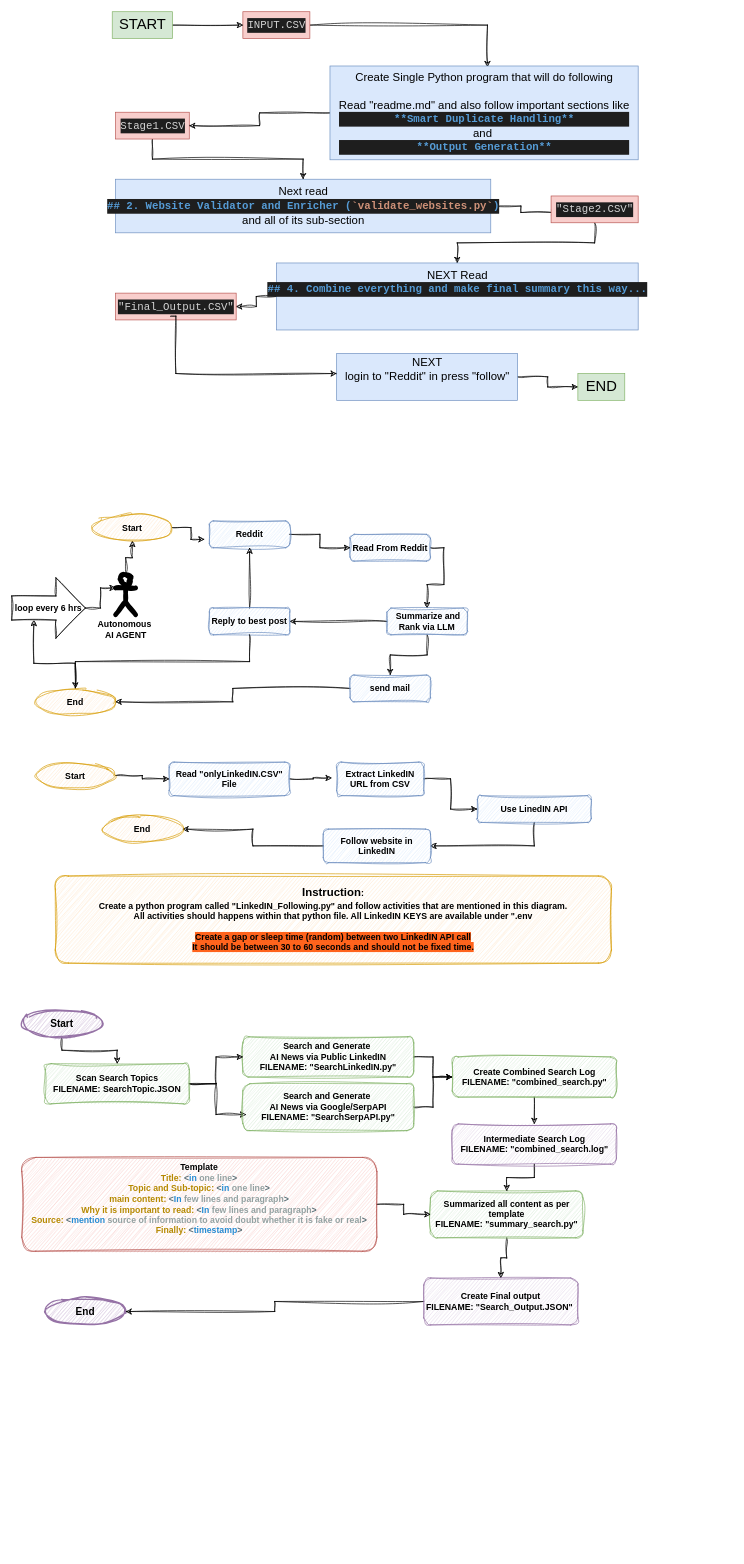
Before: tryPEN-Tool.drawio in anjali52deb/draw-io, a draw.io diagram. Source tidied: cells renumbered, new cells numbered last; positions are measured from the earlier drawing's top-left corner, leaving out a move shared by most shapes. Both pictures are drawn from the tidied source at 67%, with x=0, y=0 at pixel (11, 11).
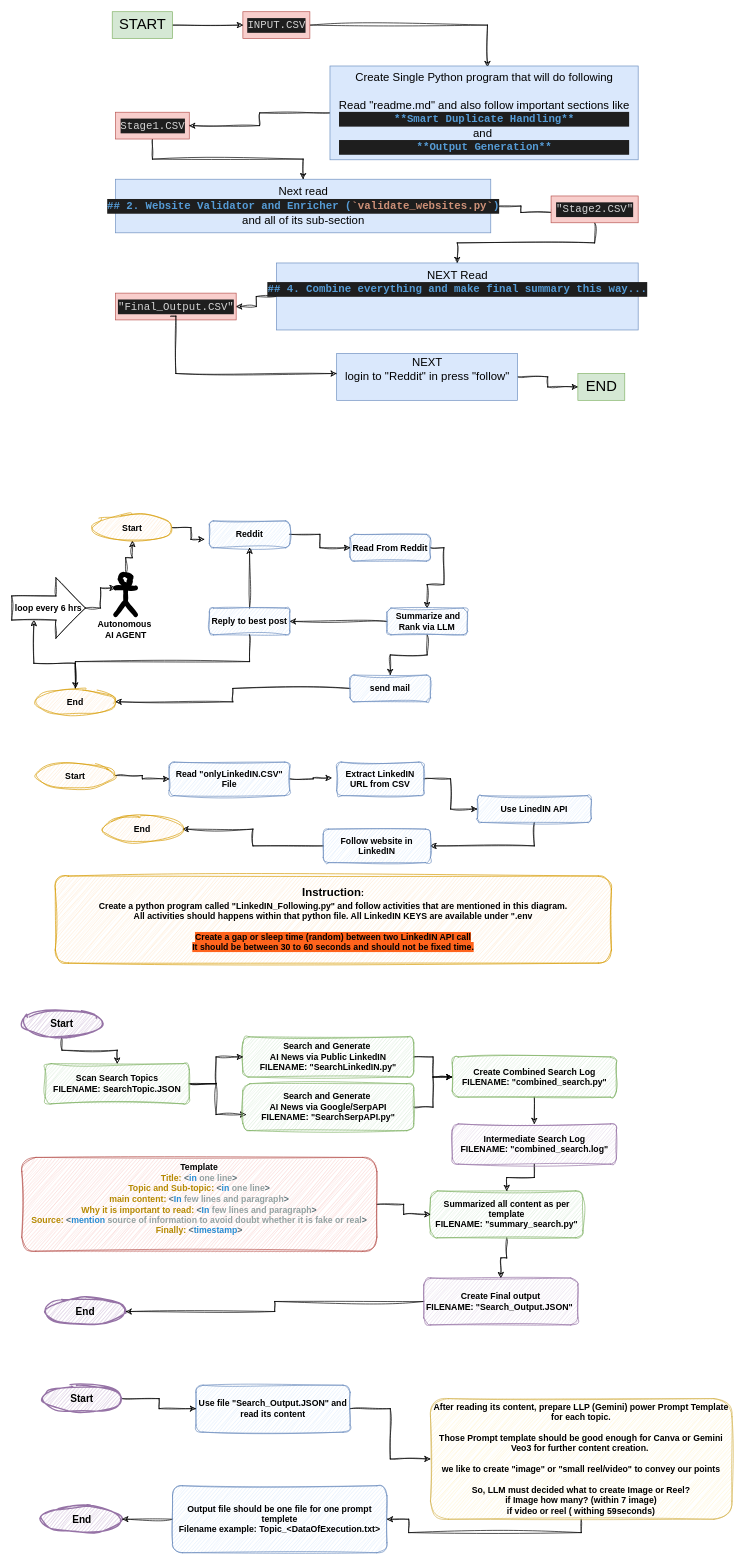
The same diagram, later.

What changed in the source:
```diff
@@
+    <mxCell id="73" style="edgeStyle=orthogonalEdgeStyle;rounded=0;sketch=1;hachureGap=4;jiggle=2;curveFitting=1;jettySize=auto;html=1;fontFamily=Architects Daughter;entryX=0;entryY=0.5;entryDx=0;entryDy=0;" parent="1" edge="1" source="74" target="79">
+      <mxGeometry relative="1" as="geometry" />
+    </mxCell>
+    <mxCell id="74" value="&lt;div&gt;Use file &quot;Search_Output.JSON&quot; and read its content&lt;/div&gt;" style="rounded=1;whiteSpace=wrap;html=1;sketch=1;hachureGap=4;jiggle=2;curveFitting=1;fontFamily=Helvetica;fontSize=13;fontStyle=1;fillColor=#dae8fc;strokeColor=#6c8ebf;" parent="1" vertex="1">
+      <mxGeometry x="275" y="2050" width="230" height="70" as="geometry" />
+    </mxCell>
+    <mxCell id="75" style="edgeStyle=orthogonalEdgeStyle;rounded=0;sketch=1;hachureGap=4;jiggle=2;curveFitting=1;jettySize=auto;html=1;fontFamily=Architects Daughter;" parent="1" edge="1" source="76" target="74">
+      <mxGeometry relative="1" as="geometry" />
+    </mxCell>
+    <mxCell id="76" value="Start" style="ellipse;whiteSpace=wrap;html=1;sketch=1;hachureGap=4;jiggle=2;curveFitting=1;fontFamily=Helvetica;fontSize=15;fontStyle=1;fillColor=#e1d5e7;strokeColor=#9673a6;strokeWidth=2;" parent="1" vertex="1">
+      <mxGeometry x="45" y="2050" width="120" height="40" as="geometry" />
+    </mxCell>
+    <mxCell id="77" value="End" style="ellipse;whiteSpace=wrap;html=1;sketch=1;hachureGap=4;jiggle=2;curveFitting=1;fontFamily=Helvetica;fontSize=15;fontStyle=1;fillColor=#e1d5e7;strokeColor=#9673a6;strokeWidth=2;" parent="1" vertex="1">
+      <mxGeometry x="45" y="2230" width="120" height="40" as="geometry" />
+    </mxCell>
+    <mxCell id="78" style="edgeStyle=orthogonalEdgeStyle;rounded=0;sketch=1;hachureGap=4;jiggle=2;curveFitting=1;jettySize=auto;html=1;fontFamily=Architects Daughter;exitX=0.5;exitY=1;exitDx=0;exitDy=0;" parent="1" edge="1" source="79" target="81">
+      <mxGeometry relative="1" as="geometry" />
+    </mxCell>
+    <mxCell id="79" value="After reading its content, prepare LLP (Gemini) power Prompt Template for each topic.&lt;br&gt;&lt;br&gt;&lt;div&gt;Those Prompt template should be good enough for Canva or Gemini Veo3 for further content creation.&amp;nbsp;&lt;/div&gt;&lt;div&gt;&lt;br&gt;&lt;/div&gt;&lt;div&gt;we like to create &quot;image&quot; or &quot;small reel/video&quot; to convey our points&lt;/div&gt;&lt;div&gt;&lt;br&gt;&lt;/div&gt;&lt;div&gt;So, LLM must decided what to create Image or Reel?&lt;br&gt;if Image how many? (within 7 image)&lt;br&gt;if video or reel ( withing 59seconds)&lt;/div&gt;" style="rounded=1;whiteSpace=wrap;html=1;sketch=1;hachureGap=4;jiggle=2;curveFitting=1;fontFamily=Helvetica;fontSize=13;fontStyle=1;fillColor=#fff2cc;strokeColor=#d6b656;" parent="1" vertex="1">
+      <mxGeometry x="625" y="2070" width="450" height="180" as="geometry" />
+    </mxCell>
+    <mxCell id="80" style="edgeStyle=orthogonalEdgeStyle;rounded=0;sketch=1;hachureGap=4;jiggle=2;curveFitting=1;jettySize=auto;html=1;fontFamily=Architects Daughter;" parent="1" edge="1" source="81" target="77">
+      <mxGeometry relative="1" as="geometry" />
+    </mxCell>
+    <mxCell id="81" value="Output file should be one file for one prompt templete&lt;br&gt;Filename example: Topic_&amp;lt;DataOfExecution.txt&amp;gt;" style="rounded=1;whiteSpace=wrap;html=1;sketch=1;hachureGap=4;jiggle=2;curveFitting=1;fontFamily=Helvetica;fontSize=13;fontStyle=1;fillColor=#dae8fc;strokeColor=#6c8ebf;" parent="1" vertex="1">
+      <mxGeometry x="240" y="2200" width="320" height="100" as="geometry" />
+    </mxCell>
```
